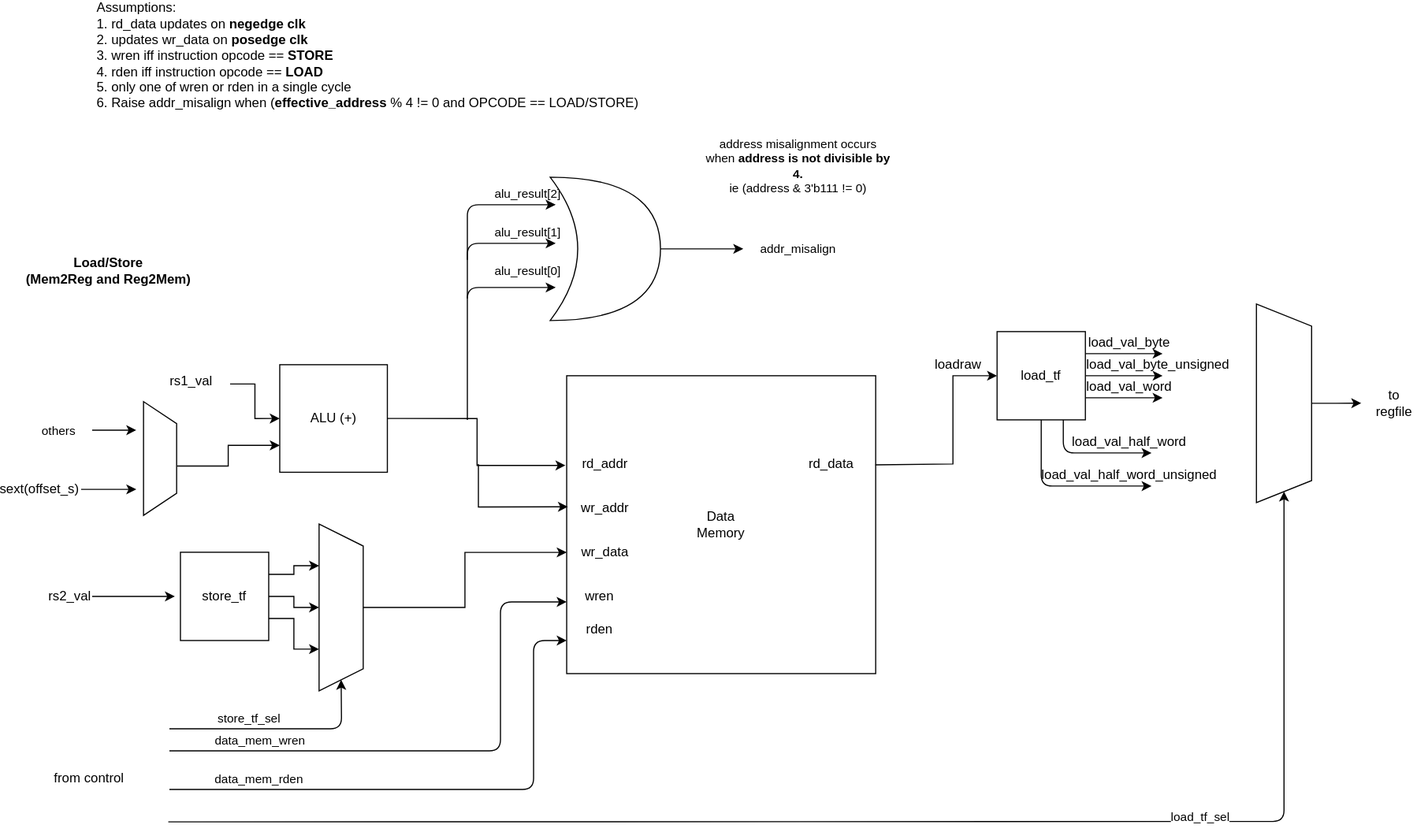
Above: docs/uarch/S1/riscv-dev-core-s1-Load_Store.drawio.svg in saw235/riscv-core-dev (draw.io), before the change. Source tidied: cells renumbered, new cells last; positions are measured from the earlier drawing's top-left corner, leaving out a move shared by most shapes.
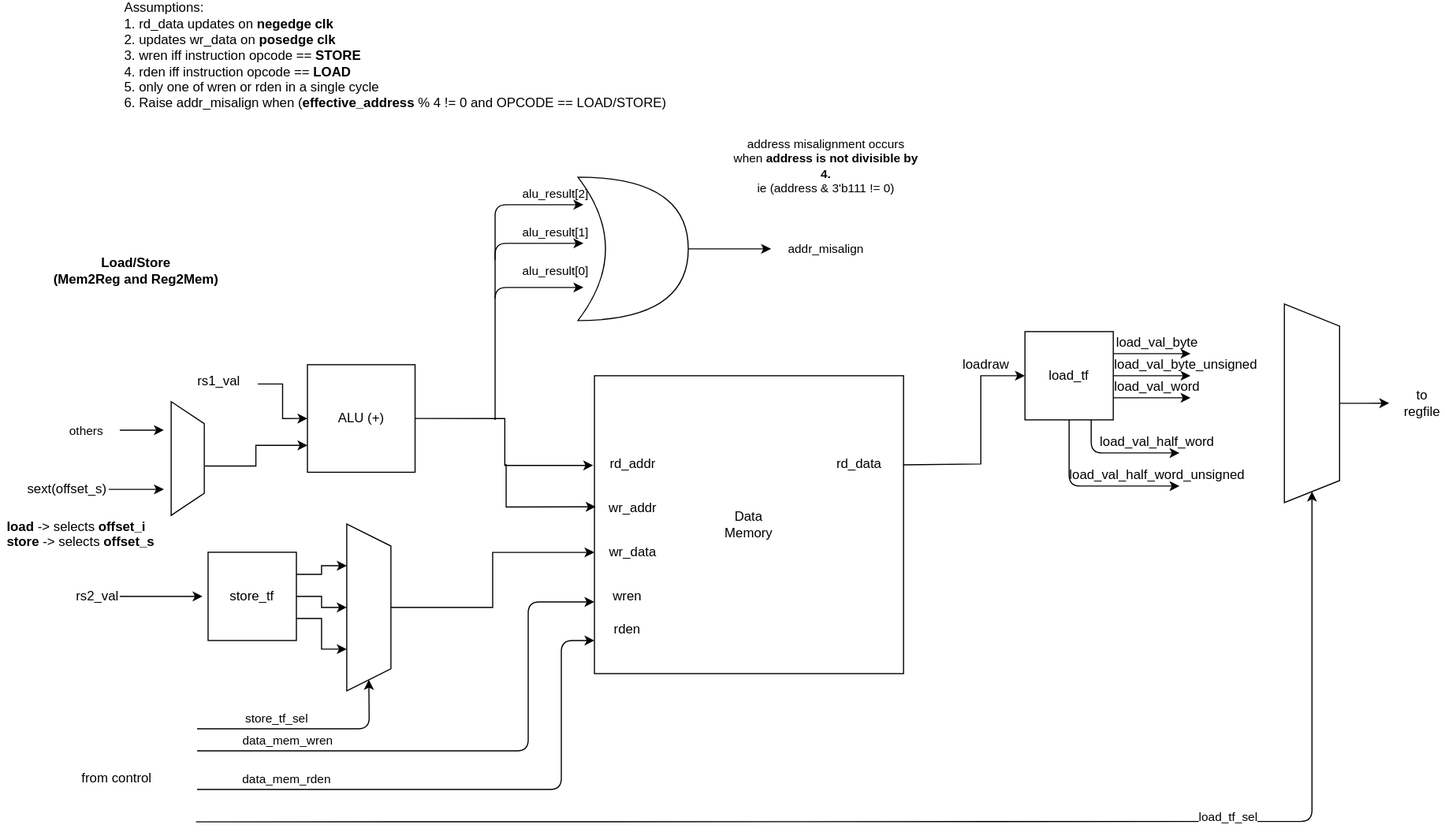
Later version of the same file.

Diff of the diagram source:
```diff
@@ -278,5 +278,8 @@
     <mxCell id="64" value="address misalignment occurs when &lt;b&gt;address is not divisible by 4.&lt;/b&gt;&lt;br&gt;ie (address &amp;amp; 3'b111 != 0)" style="text;html=1;strokeColor=none;fillColor=none;align=center;verticalAlign=middle;whiteSpace=wrap;rounded=0;fontSize=11;" parent="1" vertex="1">
       <mxGeometry x="635" y="115" width="170" height="70" as="geometry" />
     </mxCell>
+    <mxCell id="65" value="&lt;b&gt;load&amp;nbsp;&lt;/b&gt;-&amp;gt;&lt;b&gt; &lt;/b&gt;selects&lt;b&gt; offset_i&lt;br&gt;&lt;/b&gt;&lt;b&gt;store&amp;nbsp;&lt;/b&gt;-&amp;gt;&lt;b&gt;&amp;nbsp;&lt;/b&gt;selects&lt;b&gt;&amp;nbsp;offset_s&lt;br&gt;&lt;/b&gt;&lt;b&gt;&lt;br&gt;&lt;/b&gt;" style="text;html=1;strokeColor=none;fillColor=none;spacing=5;spacingTop=-20;whiteSpace=wrap;overflow=hidden;rounded=0;" parent="1" vertex="1">
+      <mxGeometry x="-27.5" y="480" width="175" height="50" as="geometry" />
+    </mxCell>
   </root>
 </mxGraphModel>
```
